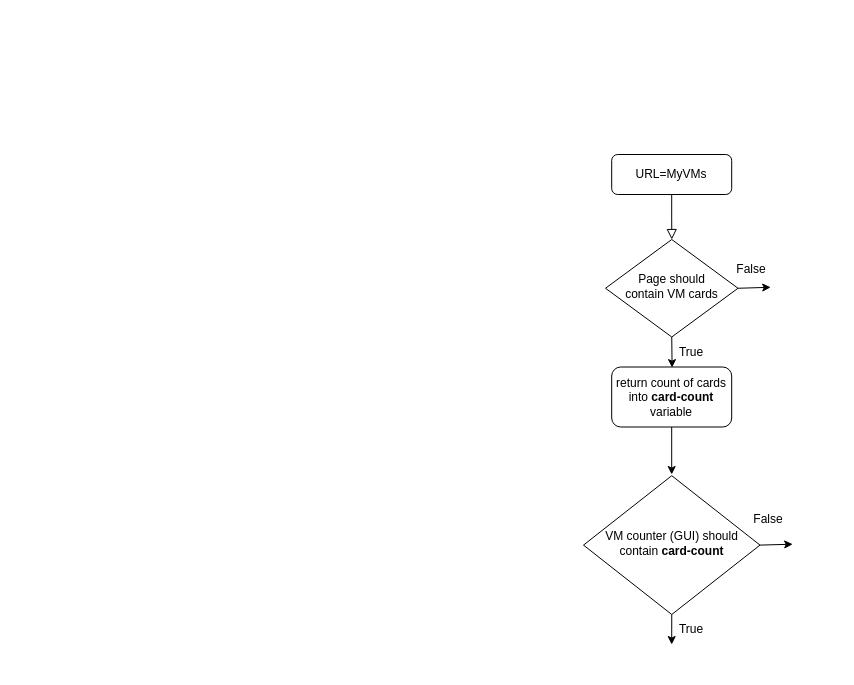
MartinBlazek6/Project keeps this draw.io diagram as page "2 CleanMPC" (2 of 2) of 4_MyVMS.drawio. Above is the earlier version. Source tidied: cells renumbered, new cells numbered last; positions are measured from the earlier drawing's top-left corner, leaving out a move shared by most shapes. Both pictures are drawn from the tidied source at 100%, with x=0, y=0 at pixel (583, 154).
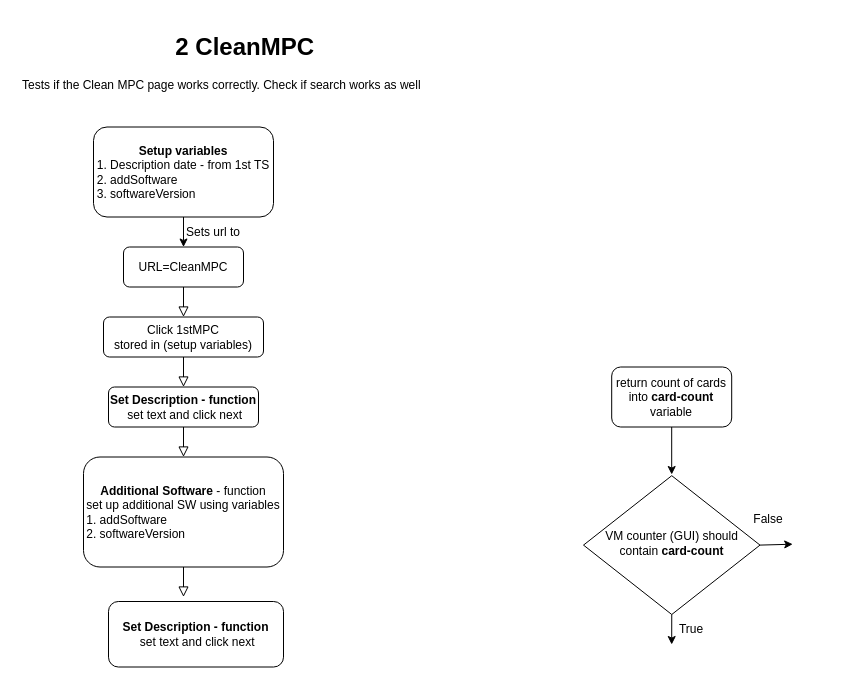
Above is the later version.

What changed in the source:
```diff
@@
-    <mxCell id="2" style="rounded=0;html=1;jettySize=auto;fontSize=11;endArrow=block;endFill=0;endSize=8;strokeWidth=1;shadow=0;labelBackgroundColor=none;edgeStyle=orthogonalEdgeStyle;" parent="1" edge="1" source="3" target="4">
-      <mxGeometry relative="1" as="geometry" />
+    <mxCell id="2" style="rounded=0;html=1;jettySize=auto;fontSize=11;endArrow=block;endFill=0;endSize=8;strokeWidth=1;shadow=0;labelBackgroundColor=none;edgeStyle=orthogonalEdgeStyle;" parent="1" edge="1" source="3">
+      <mxGeometry relative="1" as="geometry">
+        <mxPoint x="-400" y="162.5" as="targetPoint" />
+      </mxGeometry>
     </mxCell>
-    <mxCell id="3" value="URL=MyVMs" style="rounded=1;whiteSpace=wrap;html=1;fontSize=12;glass=0;strokeWidth=1;shadow=0;" parent="1" vertex="1">
-      <mxGeometry x="28.2" width="120" height="40" as="geometry" />
+    <mxCell id="3" value="URL=CleanMPC" style="rounded=1;whiteSpace=wrap;html=1;fontSize=12;glass=0;strokeWidth=1;shadow=0;" parent="1" vertex="1">
+      <mxGeometry x="-460" y="92.5" width="120" height="40" as="geometry" />
     </mxCell>
-    <mxCell id="4" value="Page should &lt;br&gt;contain VM cards" style="rhombus;whiteSpace=wrap;html=1;shadow=0;fontFamily=Helvetica;fontSize=12;align=center;strokeWidth=1;spacing=6;spacingTop=-4;" parent="1" vertex="1">
-      <mxGeometry x="22" y="85" width="132.5" height="97.5" as="geometry" />
-    </mxCell>
-    <mxCell id="5" style="endArrow=classic;html=1;rounded=0;exitX=1;exitY=0.5;exitDx=0;exitDy=0;" parent="1" edge="1" source="4">
-      <mxGeometry relative="1" as="geometry">
-        <mxPoint x="187.2" y="132.8" as="targetPoint" />
-      </mxGeometry>
-    </mxCell>
-    <mxCell id="6" style="endArrow=classic;html=1;rounded=0;exitX=0.5;exitY=1;exitDx=0;exitDy=0;" parent="1" edge="1" source="4">
-      <mxGeometry relative="1" as="geometry">
-        <mxPoint x="88.6" y="213.1" as="targetPoint" />
-      </mxGeometry>
-    </mxCell>
@@
-    <mxCell id="8" value="False" style="text;html=1;strokeColor=none;fillColor=none;align=center;verticalAlign=middle;whiteSpace=wrap;rounded=0;" parent="1" vertex="1">
-      <mxGeometry x="138.2" y="100" width="60" height="30" as="geometry" />
-    </mxCell>
-    <mxCell id="9" value="True" style="text;html=1;strokeColor=none;fillColor=none;align=center;verticalAlign=middle;whiteSpace=wrap;rounded=0;" parent="1" vertex="1">
-      <mxGeometry x="78.2" y="182.5" width="60" height="30" as="geometry" />
-    </mxCell>
@@
+    <mxCell id="16" value="&lt;h1 style=&quot;text-align: center&quot;&gt;&lt;span&gt;&lt;span&gt; &lt;/span&gt;&lt;span&gt; &lt;/span&gt;&lt;span&gt; &lt;/span&gt;&lt;span style=&quot;white-space: pre&quot;&gt; &lt;/span&gt;&lt;span style=&quot;white-space: pre&quot;&gt; &lt;/span&gt;&lt;span style=&quot;white-space: pre&quot;&gt; &lt;/span&gt;&lt;span style=&quot;white-space: pre&quot;&gt; &lt;/span&gt;&lt;span style=&quot;white-space: pre&quot;&gt; &lt;/span&gt;&lt;span style=&quot;white-space: pre&quot;&gt; &lt;/span&gt;&lt;span style=&quot;white-space: pre&quot;&gt; &lt;/span&gt;2 CleanMPC&lt;/span&gt;&lt;/h1&gt;&lt;div style=&quot;text-align: center&quot;&gt;&lt;span&gt;Tests if the Clean MPC page works correctly. Check if search works as well&lt;/span&gt;&lt;/div&gt;&lt;h1 style=&quot;text-align: center&quot;&gt;&lt;span style=&quot;font-size: 12px ; font-weight: 400&quot;&gt;&amp;nbsp;&lt;/span&gt;&lt;br&gt;&lt;/h1&gt;" style="text;html=1;strokeColor=none;fillColor=none;spacing=5;spacingTop=-20;whiteSpace=wrap;overflow=hidden;rounded=0;" parent="1" vertex="1">
+      <mxGeometry x="-566" y="-127.5" width="820" height="120" as="geometry" />
+    </mxCell>
+    <mxCell id="17" value="&lt;b&gt;Setup variables&lt;br&gt;&lt;/b&gt;&lt;div style=&quot;text-align: left&quot;&gt;&lt;span&gt;1. Description date - from 1st TS&lt;/span&gt;&lt;/div&gt;&lt;div style=&quot;text-align: left&quot;&gt;&lt;span style=&quot;text-align: center&quot;&gt;2. addSoftware&lt;/span&gt;&lt;br style=&quot;text-align: center&quot;&gt;&lt;span style=&quot;text-align: center&quot;&gt;3. softwareVersion&lt;/span&gt;&lt;br&gt;&lt;/div&gt;" style="rounded=1;whiteSpace=wrap;html=1;" parent="1" vertex="1">
+      <mxGeometry x="-490" y="-27.5" width="180" height="90" as="geometry" />
+    </mxCell>
+    <mxCell id="18" style="endArrow=classic;html=1;rounded=0;exitX=0.5;exitY=1;exitDx=0;exitDy=0;" parent="1" edge="1" source="17">
+      <mxGeometry relative="1" as="geometry">
+        <mxPoint x="-400" y="92.5" as="targetPoint" />
+      </mxGeometry>
+    </mxCell>
+    <mxCell id="19" value="Sets url to" style="text;html=1;strokeColor=none;fillColor=none;align=center;verticalAlign=middle;whiteSpace=wrap;rounded=0;" parent="1" vertex="1">
+      <mxGeometry x="-400" y="62.5" width="60" height="30" as="geometry" />
+    </mxCell>
+    <mxCell id="20" style="rounded=0;html=1;jettySize=auto;fontSize=11;endArrow=block;endFill=0;endSize=8;strokeWidth=1;shadow=0;labelBackgroundColor=none;edgeStyle=orthogonalEdgeStyle;" parent="1" edge="1" source="21">
+      <mxGeometry relative="1" as="geometry">
+        <mxPoint x="-400" y="232.5" as="targetPoint" />
+      </mxGeometry>
+    </mxCell>
+    <mxCell id="21" value="Click 1stMPC&lt;br&gt;stored in (setup variables)" style="rounded=1;whiteSpace=wrap;html=1;fontSize=12;glass=0;strokeWidth=1;shadow=0;" parent="1" vertex="1">
+      <mxGeometry x="-480" y="162.5" width="160" height="40" as="geometry" />
+    </mxCell>
+    <mxCell id="22" style="rounded=0;html=1;jettySize=auto;fontSize=11;endArrow=block;endFill=0;endSize=8;strokeWidth=1;shadow=0;labelBackgroundColor=none;edgeStyle=orthogonalEdgeStyle;" parent="1" edge="1" source="23">
+      <mxGeometry relative="1" as="geometry">
+        <mxPoint x="-400" y="302.5" as="targetPoint" />
+      </mxGeometry>
+    </mxCell>
+    <mxCell id="23" value="&lt;b&gt;Set Description - function&lt;br&gt;&lt;/b&gt;&amp;nbsp;set text and click next" style="rounded=1;whiteSpace=wrap;html=1;fontSize=12;glass=0;strokeWidth=1;shadow=0;" parent="1" vertex="1">
+      <mxGeometry x="-475" y="232.5" width="150" height="40" as="geometry" />
+    </mxCell>
+    <mxCell id="24" style="rounded=0;html=1;jettySize=auto;fontSize=11;endArrow=block;endFill=0;endSize=8;strokeWidth=1;shadow=0;labelBackgroundColor=none;edgeStyle=orthogonalEdgeStyle;" parent="1" edge="1" source="25">
+      <mxGeometry relative="1" as="geometry">
+        <mxPoint x="-400" y="442.5" as="targetPoint" />
+      </mxGeometry>
+    </mxCell>
+    <mxCell id="25" value="&lt;b&gt;Additional Software&lt;/b&gt; - function&lt;br&gt;set up additional SW using variables&lt;br&gt;&lt;div style=&quot;text-align: left&quot;&gt;&lt;span&gt;1. addSoftware&lt;/span&gt;&lt;/div&gt;&lt;div style=&quot;text-align: left&quot;&gt;&lt;span&gt;2. softwareVersion&lt;/span&gt;&lt;/div&gt;" style="rounded=1;whiteSpace=wrap;html=1;fontSize=12;glass=0;strokeWidth=1;shadow=0;" parent="1" vertex="1">
+      <mxGeometry x="-500" y="302.5" width="200" height="110" as="geometry" />
+    </mxCell>
+    <mxCell id="26" value="&lt;b&gt;Set Description - function&lt;br&gt;&lt;/b&gt;&amp;nbsp;set text and click next" style="rounded=1;whiteSpace=wrap;html=1;fontSize=12;glass=0;strokeWidth=1;shadow=0;" parent="1" vertex="1">
+      <mxGeometry x="-475" y="447" width="175" height="65.5" as="geometry" />
+    </mxCell>
```
